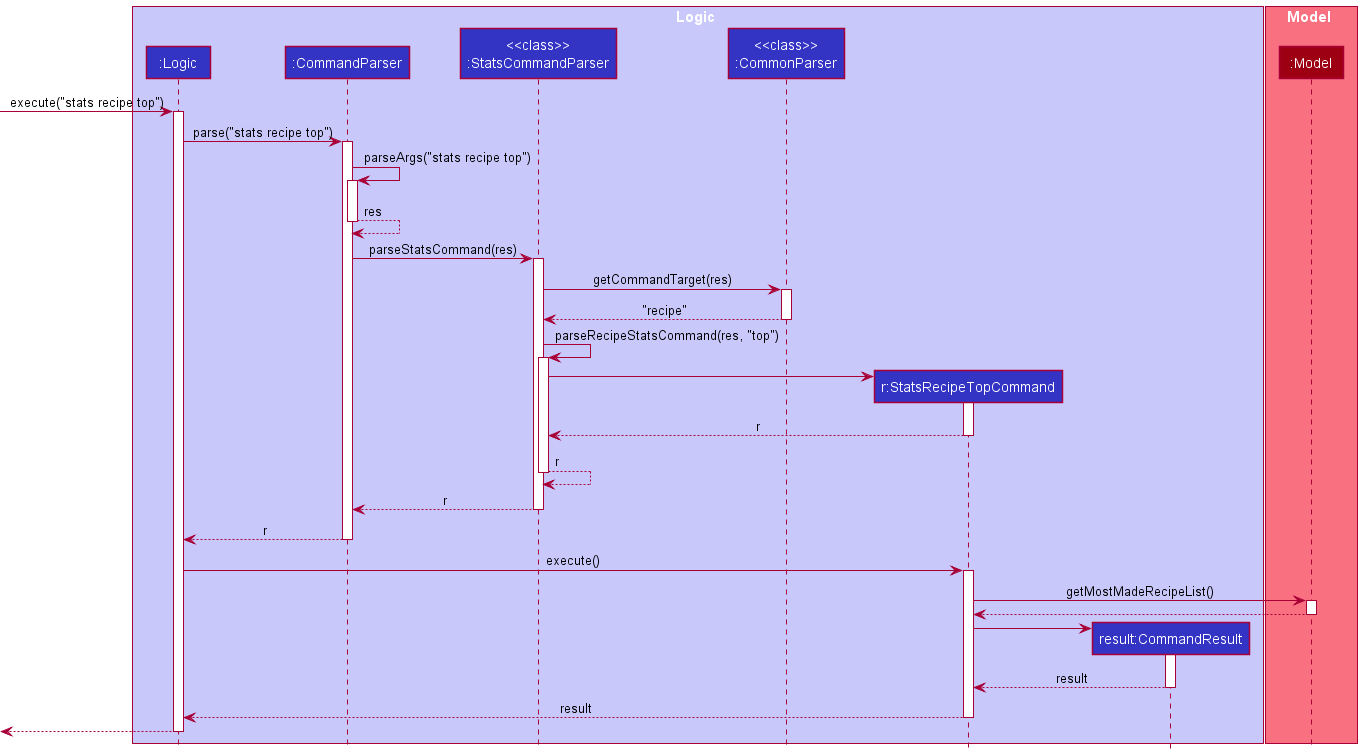
Earlier version of the PlantUML export docs/images/StatsRecipeTopSequenceDiagram.png (nus-cs2103-AY2021S1/tp).
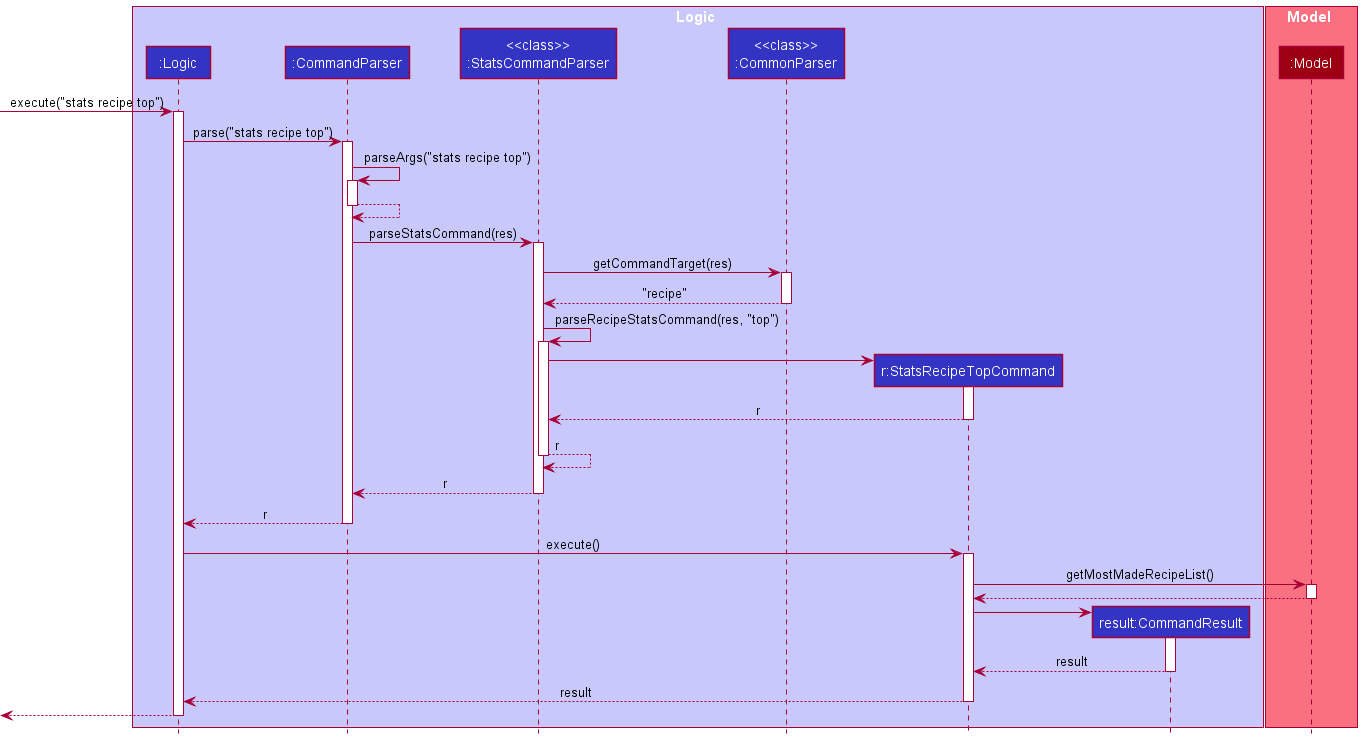
After the change.

The edit, as a diff of the source:
```diff
@@ -22,7 +22,7 @@
 
 CommandParser -> CommandParser : parseArgs("stats recipe top")
 activate CommandParser
-CommandParser --> CommandParser : res
+CommandParser --> CommandParser
 deactivate CommandParser
 
 CommandParser -> StatsCommandParser : parseStatsCommand(res)
```
